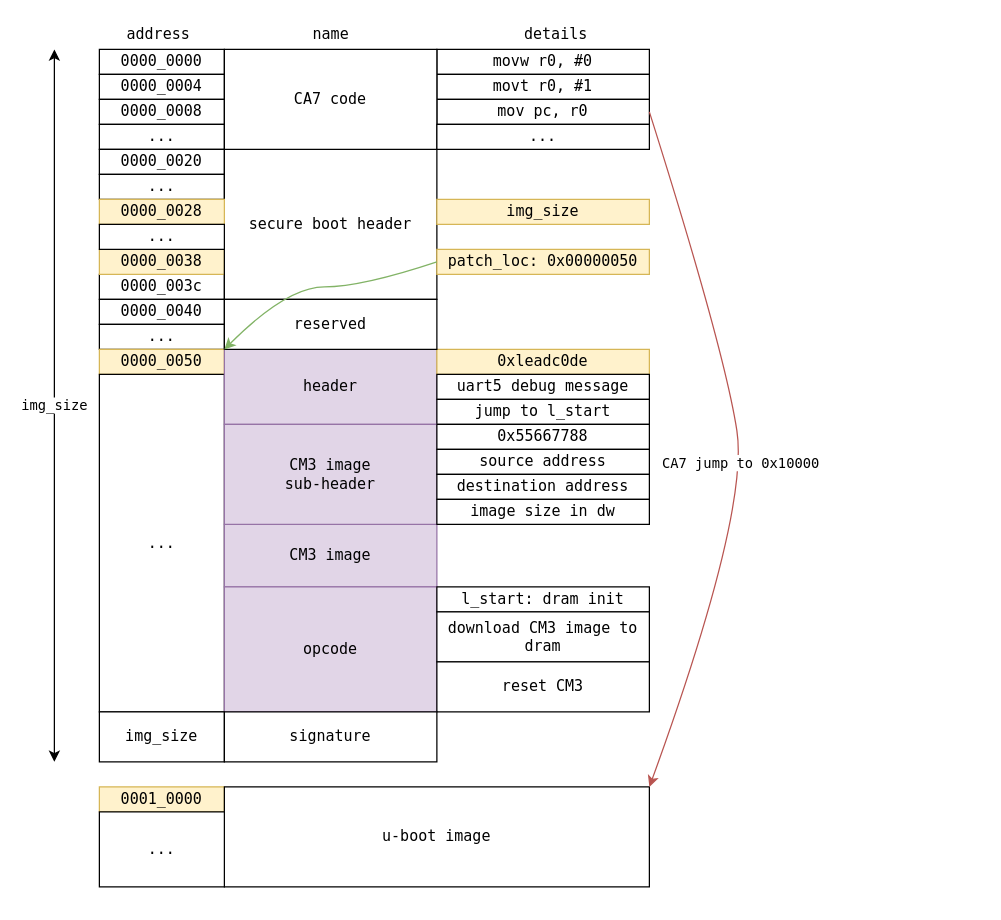
AspeedTech-BMC/rom-patcher keeps this draw.io diagram as doc/AST2650_cm3boot.drawio. Above is the earlier version. Source tidied: cells renumbered, new cells numbered last; positions are measured from the earlier drawing's top-left corner, leaving out a move shared by most shapes. Both pictures are drawn from the tidied source at 125%, with x=0, y=0 at pixel (54, 21).
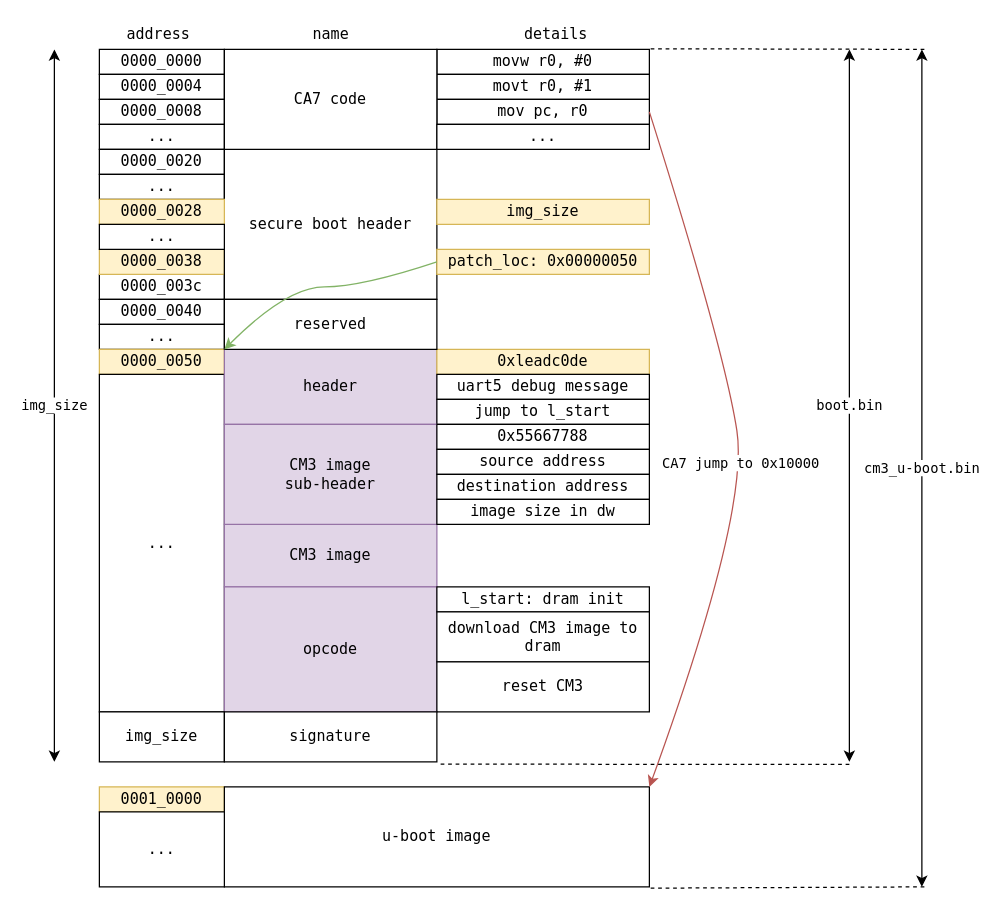
Above is the later version.

The change refers to these unchanged cells:
```xml
<mxCell id="5" value="movw r0, #0" style="rounded=0;whiteSpace=wrap;html=1;fontFamily=Lucida Console;" parent="1" vertex="1">
  <mxGeometry x="306" y="22" width="170" height="20" as="geometry" />
</mxCell>
<mxCell id="36" value="u-boot image" style="rounded=0;whiteSpace=wrap;html=1;fontFamily=Lucida Console;" parent="1" vertex="1">
  <mxGeometry x="136" y="612" width="340" height="80" as="geometry" />
</mxCell>
<mxCell id="44" value="signature" style="rounded=0;whiteSpace=wrap;html=1;fontFamily=Lucida Console;" parent="1" vertex="1">
  <mxGeometry x="136" y="552" width="170" height="40" as="geometry" />
</mxCell>
```

The edit, as a diff of the source:
```diff
@@
+    <mxCell id="51" value="boot.bin" style="endArrow=classic;startArrow=classic;html=1;fontFamily=Lucida Console;" parent="1" edge="1">
+      <mxGeometry relative="1" as="geometry">
+        <mxPoint x="636" y="592" as="sourcePoint" />
+        <mxPoint x="636" y="22" as="targetPoint" />
+      </mxGeometry>
+    </mxCell>
+    <mxCell id="52" value="cm3_u-boot.bin" style="endArrow=classic;startArrow=classic;html=1;fontFamily=Lucida Console;" parent="1" edge="1">
+      <mxGeometry relative="1" as="geometry">
+        <mxPoint x="694" y="692" as="sourcePoint" />
+        <mxPoint x="694" y="22" as="targetPoint" />
+      </mxGeometry>
+    </mxCell>
+    <mxCell id="53" style="endArrow=none;dashed=1;html=1;entryX=1.012;entryY=1.046;entryDx=0;entryDy=0;entryPerimeter=0;" parent="1" edge="1" target="44">
+      <mxGeometry relative="1" as="geometry">
+        <mxPoint x="636" y="594" as="sourcePoint" />
+      </mxGeometry>
+    </mxCell>
+    <mxCell id="54" style="endArrow=none;dashed=1;html=1;entryX=1.003;entryY=1.013;entryDx=0;entryDy=0;entryPerimeter=0;" parent="1" edge="1" target="36">
+      <mxGeometry relative="1" as="geometry">
+        <mxPoint x="696" y="692" as="sourcePoint" />
+      </mxGeometry>
+    </mxCell>
+    <mxCell id="55" style="endArrow=none;dashed=1;html=1;entryX=0.999;entryY=-0.025;entryDx=0;entryDy=0;entryPerimeter=0;" parent="1" edge="1" target="5">
+      <mxGeometry relative="1" as="geometry">
+        <mxPoint x="696" y="22" as="sourcePoint" />
+      </mxGeometry>
+    </mxCell>
```
